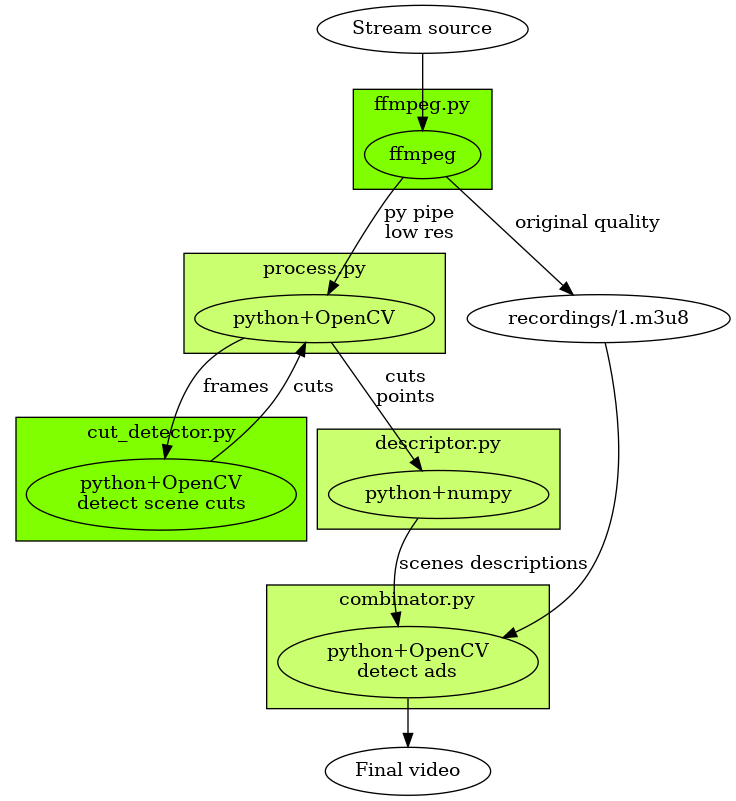
This is graph.png from ilyaluk/detect_ads, a Graphviz export, as it was before one commit. Its source is kept beside it as graph.gv. Its diagram source:
```dot
digraph G {
	subgraph cluster_0 {
		a0[label="ffmpeg"];
		label = "ffmpeg.py";
		bgcolor = "chartreuse";
	}
	subgraph cluster_1 {
		b0[label="python+OpenCV"];
		label = "process.py";
		bgcolor = "darkolivegreen1";
	}
	subgraph cluster_2 {
		f0[label="python+OpenCV\ndetect scene cuts"];
		label = "cut_detector.py";
		bgcolor = "chartreuse";
	}
	subgraph cluster_4 {
		e0[label="python+OpenCV\ndetect ads"];
		label = "combinator.py";
		bgcolor = "darkolivegreen1";
	}
	subgraph cluster_5 {
		c0[label="python+numpy"];
		label = "descriptor.py";
		bgcolor = "darkolivegreen1";
	}

	ss[label="Stream source"]
	ss -> a0;
	a0 -> b0[label="py pipe\nlow res"];
	a0 -> d3[label="original quality"];
	d3 -> e0;
	c0 -> e0[label="scenes descriptions"];
	b0 -> f0[label="frames"];
	f0 -> b0[label="cuts"];
	b0 -> c0[label="cuts\npoints"]
	d3[label="recordings/1.m3u8"];
	fv[label="Final video"];
	e0 -> fv;
}
```
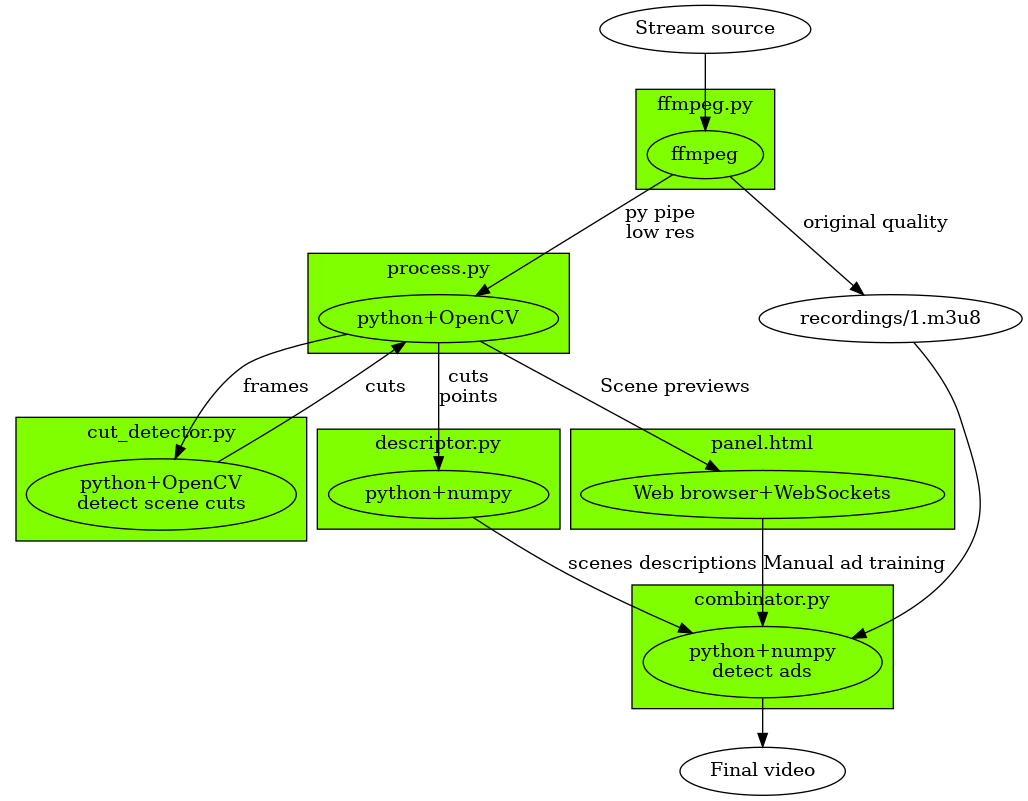
Later version of the same file.

The edit, as a diff of the source:
```diff
@@ -7,7 +7,7 @@
 	subgraph cluster_1 {
 		b0[label="python+OpenCV"];
 		label = "process.py";
-		bgcolor = "darkolivegreen1";
+		bgcolor = "chartreuse";
 	}
 	subgraph cluster_2 {
 		f0[label="python+OpenCV\ndetect scene cuts"];
@@ -15,14 +15,19 @@
 		bgcolor = "chartreuse";
 	}
 	subgraph cluster_4 {
-		e0[label="python+OpenCV\ndetect ads"];
+		e0[label="python+numpy\ndetect ads"];
 		label = "combinator.py";
-		bgcolor = "darkolivegreen1";
+		bgcolor = "chartreuse";
 	}
 	subgraph cluster_5 {
 		c0[label="python+numpy"];
 		label = "descriptor.py";
-		bgcolor = "darkolivegreen1";
+		bgcolor = "chartreuse";
+	}
+	subgraph cluster_6 {
+		g0[label="Web browser+WebSockets"];
+		label = "panel.html";
+		bgcolor = "chartreuse";
 	}
 
 	ss[label="Stream source"]
@@ -34,6 +39,8 @@
 	b0 -> f0[label="frames"];
 	f0 -> b0[label="cuts"];
 	b0 -> c0[label="cuts\npoints"]
+	g0 -> e0[label="Manual ad training"];
+  b0 -> g0[label="Scene previews"];
 	d3[label="recordings/1.m3u8"];
 	fv[label="Final video"];
 	e0 -> fv;
```
